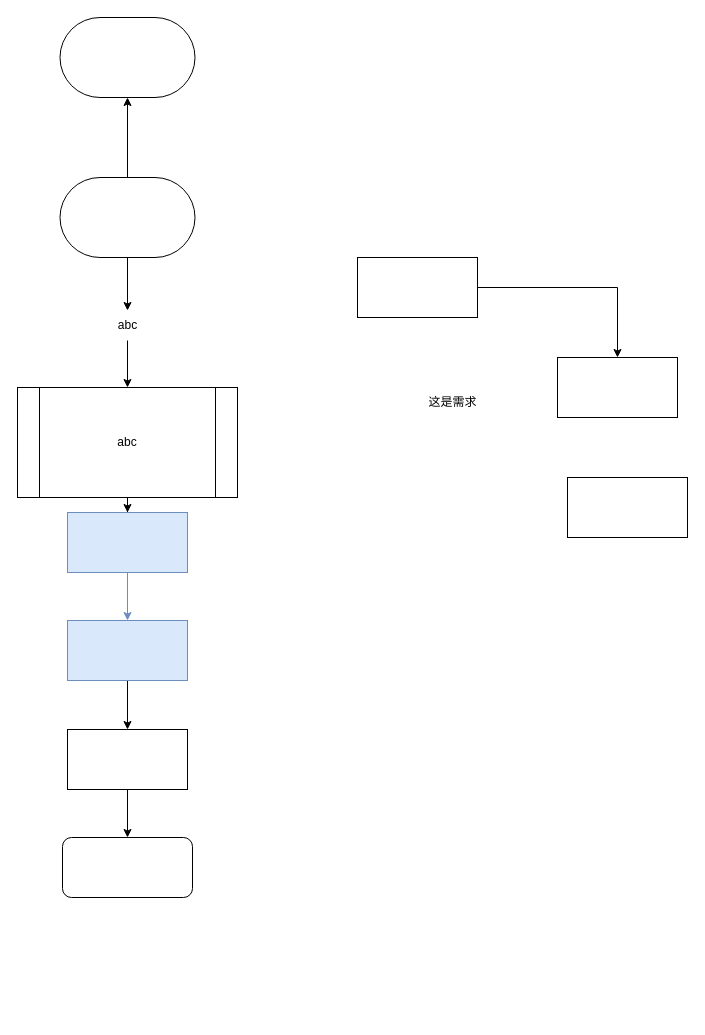
The draw.io diagram page "第 1 页" (1 of 2) of archive/test.drawio in joeliangGZ/draw.io, before the edit. Source tidied: cells renumbered, new cells numbered last; positions are measured from the earlier drawing's top-left corner, leaving out a move shared by most shapes. Both pictures are drawn from the tidied source at 100%, with x=0, y=0 at pixel (17, 17).
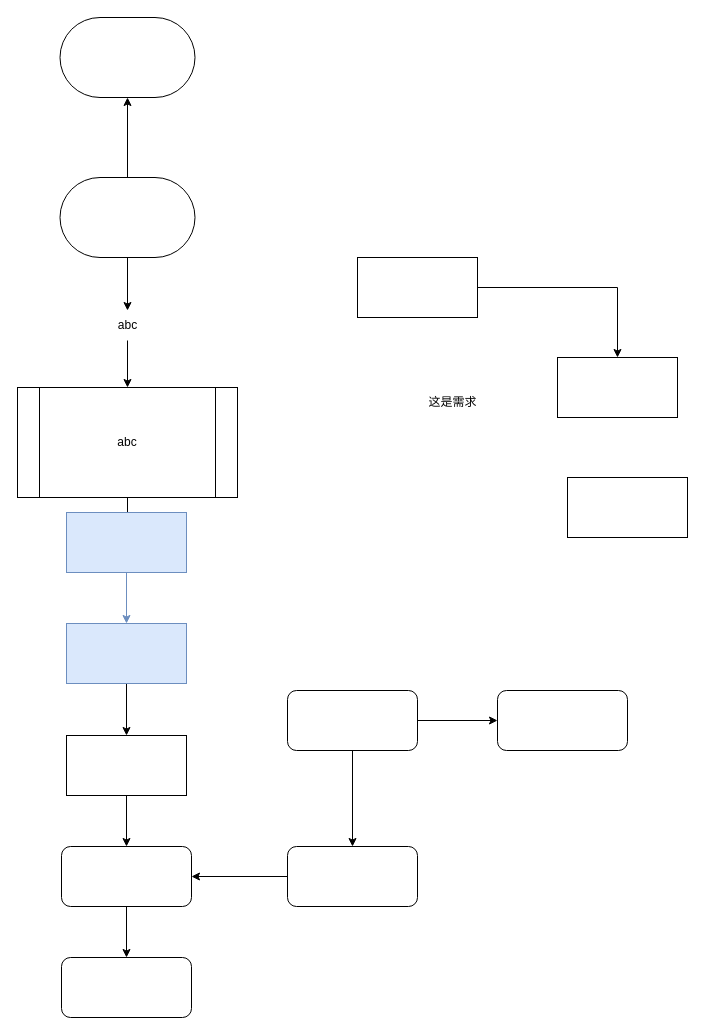
The same page after the edit.

Change to the diagram source:
```diff
@@
     <mxCell id="5" style="rounded=0;whiteSpace=wrap;html=1;flipV=1;fillColor=#dae8fc;strokeColor=#6c8ebf;" parent="1" vertex="1">
-      <mxGeometry x="50" y="495" width="120" height="60" as="geometry" />
+      <mxGeometry x="49" y="495" width="120" height="60" as="geometry" />
     </mxCell>
@@
-    <mxCell id="7" style="rounded=0;whiteSpace=wrap;html=1;flipV=1;fillColor=#dae8fc;strokeColor=#6c8ebf;" parent="1" vertex="1">
-      <mxGeometry x="50" y="603" width="120" height="60" as="geometry" />
+    <mxCell id="7" style="rounded=0;whiteSpace=wrap;html=1;flipV=1;fillColor=#dae8fc;strokeColor=#6c8ebf;flipH=0;" parent="1" vertex="1">
+      <mxGeometry x="49" y="606" width="120" height="60" as="geometry" />
     </mxCell>
@@
-    <mxCell id="9" style="rounded=0;whiteSpace=wrap;html=1;flipV=1;" parent="1" vertex="1">
-      <mxGeometry x="50" y="712" width="120" height="60" as="geometry" />
+    <mxCell id="9" style="rounded=0;whiteSpace=wrap;html=1;flipV=1;flipH=0;" parent="1" vertex="1">
+      <mxGeometry x="49" y="718" width="120" height="60" as="geometry" />
     </mxCell>
@@
+    <mxCell id="22" style="edgeStyle=orthogonalEdgeStyle;rounded=0;jettySize=auto;html=1;" parent="1" edge="1" source="13" target="23">
+      <mxGeometry relative="1" as="geometry" />
+    </mxCell>
-    <mxCell id="13" style="rounded=1;whiteSpace=wrap;html=1;flipV=1;" parent="1" vertex="1">
-      <mxGeometry x="45" y="820" width="130" height="60" as="geometry" />
+    <mxCell id="13" style="rounded=1;whiteSpace=wrap;html=1;flipV=1;flipH=0;" parent="1" vertex="1">
+      <mxGeometry x="44" y="829" width="130" height="60" as="geometry" />
     </mxCell>
@@
+    <mxCell id="23" style="rounded=1;whiteSpace=wrap;html=1;flipV=1;flipH=0;" parent="1" vertex="1">
+      <mxGeometry x="44" y="940" width="130" height="60" as="geometry" />
+    </mxCell>
+    <mxCell id="24" style="edgeStyle=orthogonalEdgeStyle;rounded=0;jettySize=auto;html=1;" parent="1" edge="1" source="25" target="13">
+      <mxGeometry relative="1" as="geometry" />
+    </mxCell>
+    <mxCell id="25" style="rounded=1;whiteSpace=wrap;html=1;flipV=1;flipH=0;" parent="1" vertex="1">
+      <mxGeometry x="270" y="829" width="130" height="60" as="geometry" />
+    </mxCell>
+    <mxCell id="26" style="rounded=1;whiteSpace=wrap;html=1;flipV=1;flipH=0;" parent="1" vertex="1">
+      <mxGeometry x="480" y="673" width="130" height="60" as="geometry" />
+    </mxCell>
+    <mxCell id="27" style="edgeStyle=orthogonalEdgeStyle;rounded=0;jettySize=auto;html=1;entryX=0.5;entryY=0;entryDx=0;entryDy=0;" parent="1" edge="1" source="29" target="25">
+      <mxGeometry relative="1" as="geometry" />
+    </mxCell>
+    <mxCell id="28" style="edgeStyle=orthogonalEdgeStyle;rounded=0;jettySize=auto;html=1;exitX=1;exitY=0.5;exitDx=0;exitDy=0;entryX=0;entryY=0.5;entryDx=0;entryDy=0;" parent="1" edge="1" source="29" target="26">
+      <mxGeometry relative="1" as="geometry" />
+    </mxCell>
+    <mxCell id="29" style="rounded=1;whiteSpace=wrap;html=1;flipV=1;flipH=0;" parent="1" vertex="1">
+      <mxGeometry x="270" y="673" width="130" height="60" as="geometry" />
+    </mxCell>
```
